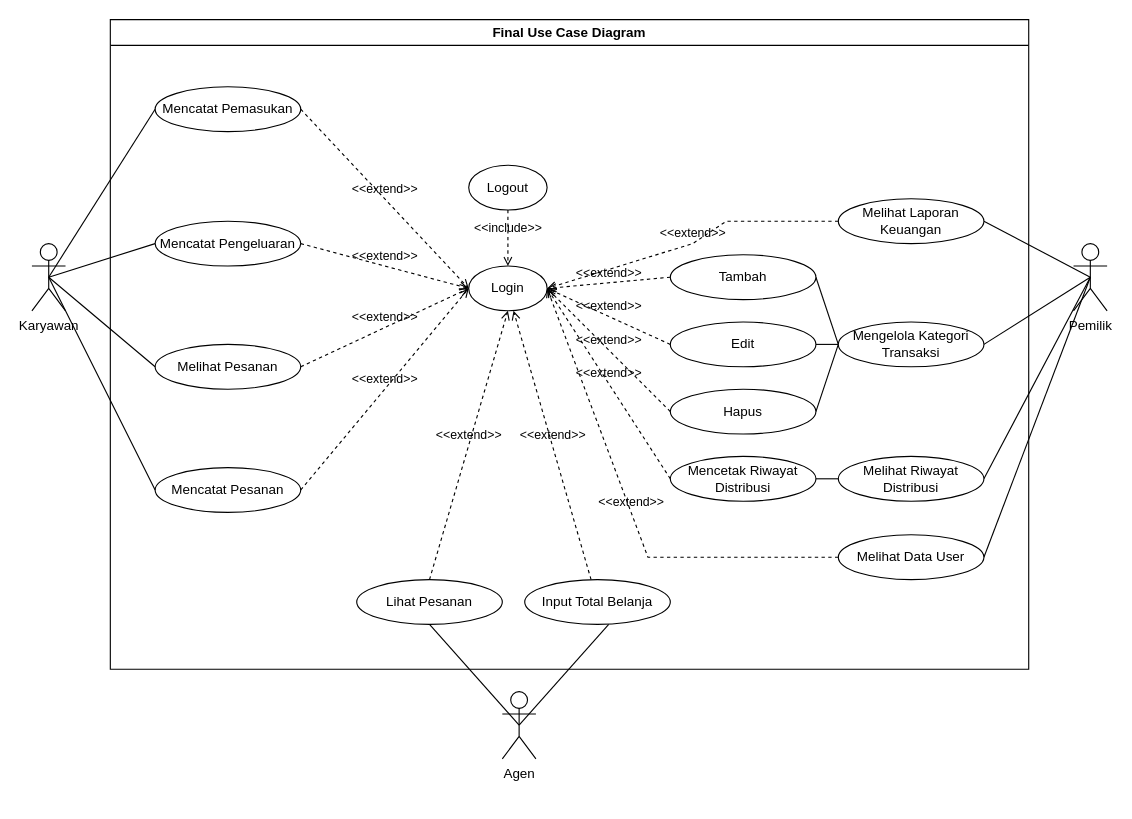
Before: page "use case final" (3 of 13) of Doc/UseCase/Feby-1.drawio in gustitriprayoga/sistem-umkm-feby, a draw.io diagram. Source tidied: cells renumbered, new cells numbered last; positions are measured from the earlier drawing's top-left corner, leaving out a move shared by most shapes. Both pictures are drawn from the tidied source at 112%, with x=0, y=0 at pixel (31, 19).
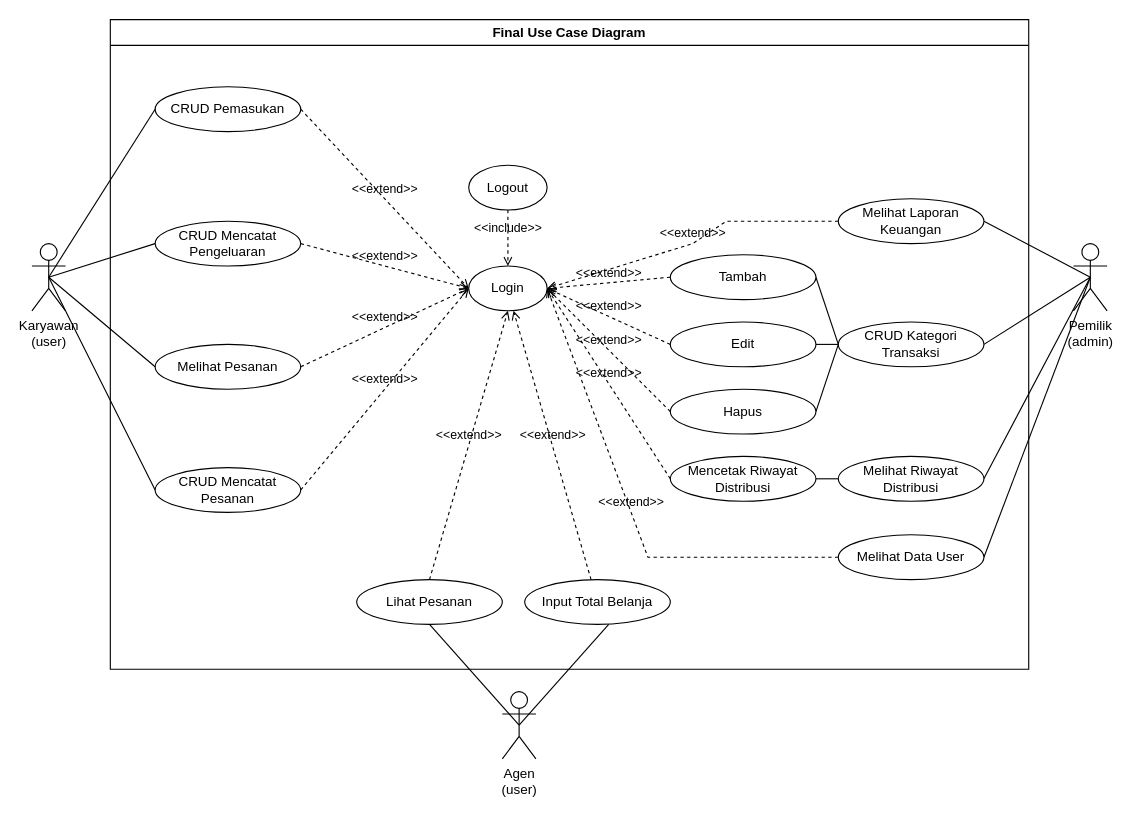
After the change.

The edit, as a diff of the source:
```diff
@@
-    <mxCell id="6" value="Pemilik" style="shape=umlActor;verticalLabelPosition=bottom;verticalAlign=top;html=1;outlineConnect=0;" parent="1" vertex="1">
+    <mxCell id="6" value="Pemilik&lt;div&gt;(admin)&lt;/div&gt;" style="shape=umlActor;verticalLabelPosition=bottom;verticalAlign=top;html=1;outlineConnect=0;" parent="1" vertex="1">
       <mxGeometry x="930" y="200" width="30" height="60" as="geometry" />
     </mxCell>
@@
-    <mxCell id="9" value="Mencatat Pemasukan" style="ellipse;whiteSpace=wrap;html=1;" parent="1" vertex="1">
+    <mxCell id="9" value="CRUD Pemasukan" style="ellipse;whiteSpace=wrap;html=1;" parent="1" vertex="1">
       <mxGeometry x="110" y="60" width="130" height="40" as="geometry" />
     </mxCell>
-    <mxCell id="10" value="Mencatat Pengeluaran" style="ellipse;whiteSpace=wrap;html=1;" parent="1" vertex="1">
+    <mxCell id="10" value="CRUD Mencatat Pengeluaran" style="ellipse;whiteSpace=wrap;html=1;" parent="1" vertex="1">
       <mxGeometry x="110" y="180" width="130" height="40" as="geometry" />
     </mxCell>
@@
-    <mxCell id="12" value="Mencatat Pesanan" style="ellipse;whiteSpace=wrap;html=1;" parent="1" vertex="1">
+    <mxCell id="12" value="CRUD Mencatat Pesanan" style="ellipse;whiteSpace=wrap;html=1;" parent="1" vertex="1">
       <mxGeometry x="110" y="400" width="130" height="40" as="geometry" />
     </mxCell>
@@
-    <mxCell id="17" value="Karyawan" style="shape=umlActor;verticalLabelPosition=bottom;verticalAlign=top;html=1;outlineConnect=0;" parent="1" vertex="1">
+    <mxCell id="17" value="Karyawan&lt;div&gt;(user)&lt;/div&gt;" style="shape=umlActor;verticalLabelPosition=bottom;verticalAlign=top;html=1;outlineConnect=0;" parent="1" vertex="1">
       <mxGeometry y="200" width="30" height="60" as="geometry" />
     </mxCell>
@@
-    <mxCell id="22" value="Mengelola Kategori Transaksi" style="ellipse;whiteSpace=wrap;html=1;" parent="1" vertex="1">
+    <mxCell id="22" value="CRUD Kategori Transaksi" style="ellipse;whiteSpace=wrap;html=1;" parent="1" vertex="1">
       <mxGeometry x="720" y="270" width="130" height="40" as="geometry" />
     </mxCell>
@@
-    <mxCell id="28" value="Agen" style="shape=umlActor;verticalLabelPosition=bottom;verticalAlign=top;html=1;outlineConnect=0;" parent="1" vertex="1">
+    <mxCell id="28" value="Agen&lt;div&gt;(user)&lt;/div&gt;" style="shape=umlActor;verticalLabelPosition=bottom;verticalAlign=top;html=1;outlineConnect=0;" parent="1" vertex="1">
       <mxGeometry x="420" y="600" width="30" height="60" as="geometry" />
     </mxCell>
```
